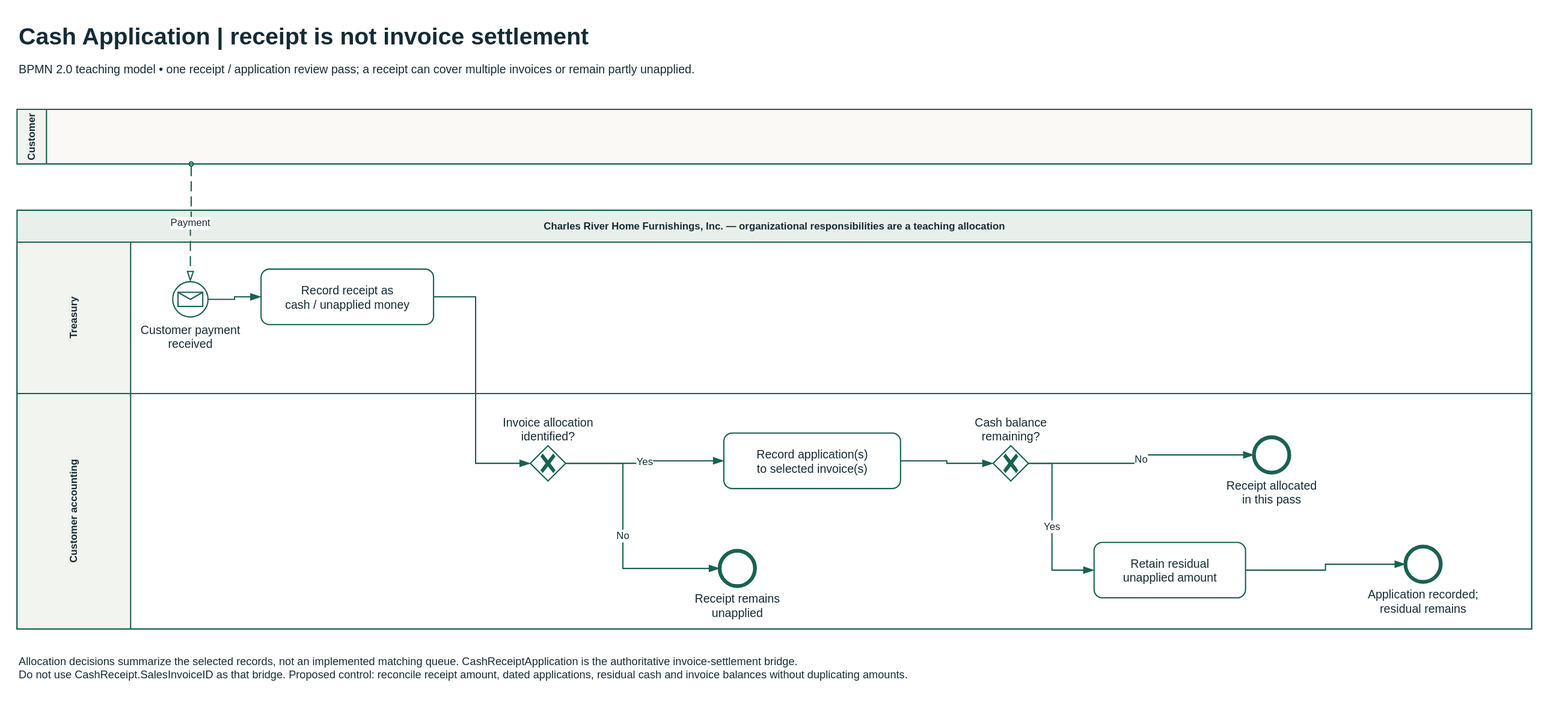
Above: static/diagrams/bpmn/cash-application.svg in mmcodesso/CharlesRiver_Database (draw.io), before the change. Source tidied: cells renumbered, new cells last; positions are measured from the earlier drawing's top-left corner, leaving out a move shared by most shapes. Source of this version:
```xml
<mxGraphModel background="#FFFFFF">
  <root>
    <mxCell id="0" />
    <mxCell id="1" parent="0" />
    <mxCell id="2" value="Cash Application | receipt is not invoice settlement" style="html=0;fontFamily=Arial;fontSize=14;fontColor=#152b35;strokeColor=#196252;strokeWidth=1.5;fillColor=#FFFFFF;whiteSpace=wrap;text;strokeColor=none;fillColor=none;fontSize=28;align=left;fontStyle=1;" parent="1" vertex="1">
      <mxGeometry width="1800" height="40" as="geometry" />
    </mxCell>
    <mxCell id="3" value="BPMN 2.0 teaching model • one receipt / application review pass; a receipt can cover multiple invoices or remain partly unapplied." style="html=0;fontFamily=Arial;fontSize=14;fontColor=#152b35;strokeColor=#196252;strokeWidth=1.5;fillColor=#FFFFFF;whiteSpace=wrap;text;strokeColor=none;fillColor=none;fontSize=14;align=left;" parent="1" vertex="1">
      <mxGeometry y="47" width="1800" height="34" as="geometry" />
    </mxCell>
    <mxCell id="4" value="Charles River Home Furnishings, Inc. — organizational responsibilities are a teaching allocation" style="html=0;fontFamily=Arial;fontSize=14;fontColor=#152b35;strokeColor=#196252;strokeWidth=1.5;fillColor=#FFFFFF;whiteSpace=wrap;swimlane;horizontal=1;startSize=38;fontStyle=1;fillColor=#E9EFEA;swimlaneFillColor=#FFFFFF;" parent="1" vertex="1">
      <mxGeometry y="230" width="1800" height="498" as="geometry" />
    </mxCell>
    <mxCell id="5" value="Treasury" style="html=0;fontFamily=Arial;fontSize=14;fontColor=#152b35;strokeColor=#196252;strokeWidth=1.5;fillColor=#FFFFFF;whiteSpace=wrap;swimlane;horizontal=0;startSize=135;fontStyle=1;fillColor=#F2F4EF;swimlaneFillColor=#FFFFFF;" parent="4" vertex="1">
      <mxGeometry y="38" width="1800" height="180" as="geometry" />
    </mxCell>
    <mxCell id="6" value="Customer payment&#10;received" style="html=0;fontFamily=Arial;fontSize=14;fontColor=#152b35;strokeColor=#196252;strokeWidth=1.5;fillColor=#FFFFFF;whiteSpace=wrap;shape=mxgraph.bpmn.event;outline=standard;symbol=message;perimeter=ellipsePerimeter;verticalLabelPosition=bottom;verticalAlign=top;labelBackgroundColor=#FFFFFF;labelWidth=140;" parent="5" vertex="1">
      <mxGeometry x="185" y="47" width="42" height="42" as="geometry" />
    </mxCell>
    <mxCell id="7" value="Record receipt as&#10;cash / unapplied money" style="html=0;fontFamily=Arial;fontSize=14;fontColor=#152b35;strokeColor=#196252;strokeWidth=1.5;fillColor=#FFFFFF;whiteSpace=wrap;shape=mxgraph.bpmn.task2;rectStyle=rounded;size=10;taskMarker=abstract;" parent="5" vertex="1">
      <mxGeometry x="290" y="32" width="205" height="66" as="geometry" />
    </mxCell>
    <mxCell id="8" value="Customer accounting" style="html=0;fontFamily=Arial;fontSize=14;fontColor=#152b35;strokeColor=#196252;strokeWidth=1.5;fillColor=#FFFFFF;whiteSpace=wrap;swimlane;horizontal=0;startSize=135;fontStyle=1;fillColor=#F2F4EF;swimlaneFillColor=#FFFFFF;" parent="4" vertex="1">
      <mxGeometry y="218" width="1800" height="280" as="geometry" />
    </mxCell>
    <mxCell id="9" value="Invoice allocation&#10;identified?" style="html=0;fontFamily=Arial;fontSize=14;fontColor=#152b35;strokeColor=#196252;strokeWidth=1.5;fillColor=#FFFFFF;whiteSpace=wrap;shape=mxgraph.bpmn.gateway2;outline=none;symbol=none;gwType=exclusive;perimeter=rhombusPerimeter;verticalLabelPosition=top;verticalAlign=bottom;labelBackgroundColor=#FFFFFF;labelWidth=140;" parent="8" vertex="1">
      <mxGeometry x="610" y="62" width="42" height="42" as="geometry" />
    </mxCell>
    <mxCell id="10" value="Record application(s)&#10;to selected invoice(s)" style="html=0;fontFamily=Arial;fontSize=14;fontColor=#152b35;strokeColor=#196252;strokeWidth=1.5;fillColor=#FFFFFF;whiteSpace=wrap;shape=mxgraph.bpmn.task2;rectStyle=rounded;size=10;taskMarker=abstract;" parent="8" vertex="1">
      <mxGeometry x="840" y="47" width="210" height="66" as="geometry" />
    </mxCell>
    <mxCell id="11" value="Receipt remains&#10;unapplied" style="html=0;fontFamily=Arial;fontSize=14;fontColor=#152b35;strokeColor=#196252;strokeWidth=1.5;fillColor=#FFFFFF;whiteSpace=wrap;shape=mxgraph.bpmn.event;outline=end;symbol=general;perimeter=ellipsePerimeter;verticalLabelPosition=bottom;verticalAlign=top;labelBackgroundColor=#FFFFFF;labelWidth=140;" parent="8" vertex="1">
      <mxGeometry x="835" y="187" width="42" height="42" as="geometry" />
    </mxCell>
    <mxCell id="12" value="Cash balance&#10;remaining?" style="html=0;fontFamily=Arial;fontSize=14;fontColor=#152b35;strokeColor=#196252;strokeWidth=1.5;fillColor=#FFFFFF;whiteSpace=wrap;shape=mxgraph.bpmn.gateway2;outline=none;symbol=none;gwType=exclusive;perimeter=rhombusPerimeter;verticalLabelPosition=top;verticalAlign=bottom;labelBackgroundColor=#FFFFFF;labelWidth=140;" parent="8" vertex="1">
      <mxGeometry x="1160" y="62" width="42" height="42" as="geometry" />
    </mxCell>
    <mxCell id="13" value="Receipt allocated&#10;in this pass" style="html=0;fontFamily=Arial;fontSize=14;fontColor=#152b35;strokeColor=#196252;strokeWidth=1.5;fillColor=#FFFFFF;whiteSpace=wrap;shape=mxgraph.bpmn.event;outline=end;symbol=general;perimeter=ellipsePerimeter;verticalLabelPosition=bottom;verticalAlign=top;labelBackgroundColor=#FFFFFF;labelWidth=140;" parent="8" vertex="1">
      <mxGeometry x="1470" y="52" width="42" height="42" as="geometry" />
    </mxCell>
    <mxCell id="14" value="Retain residual&#10;unapplied amount" style="html=0;fontFamily=Arial;fontSize=14;fontColor=#152b35;strokeColor=#196252;strokeWidth=1.5;fillColor=#FFFFFF;whiteSpace=wrap;shape=mxgraph.bpmn.task2;rectStyle=rounded;size=10;taskMarker=abstract;" parent="8" vertex="1">
      <mxGeometry x="1280" y="177" width="180" height="66" as="geometry" />
    </mxCell>
    <mxCell id="15" value="Application recorded;&#10;residual remains" style="html=0;fontFamily=Arial;fontSize=14;fontColor=#152b35;strokeColor=#196252;strokeWidth=1.5;fillColor=#FFFFFF;whiteSpace=wrap;shape=mxgraph.bpmn.event;outline=end;symbol=general;perimeter=ellipsePerimeter;verticalLabelPosition=bottom;verticalAlign=top;labelBackgroundColor=#FFFFFF;labelWidth=140;" parent="8" vertex="1">
      <mxGeometry x="1650" y="182" width="42" height="42" as="geometry" />
    </mxCell>
    <mxCell id="16" value="Customer" style="html=0;fontFamily=Arial;fontSize=14;fontColor=#152b35;strokeColor=#196252;strokeWidth=1.5;fillColor=#FFFFFF;whiteSpace=wrap;swimlane;horizontal=0;startSize=35;fillColor=#F2F4EF;swimlaneFillColor=#FAF9F5;" parent="1" vertex="1">
      <mxGeometry y="110" width="1800" height="65" as="geometry" />
    </mxCell>
    <mxCell id="17" style="html=0;fontFamily=Arial;fontSize=14;fontColor=#152b35;strokeColor=#196252;strokeWidth=1.5;fillColor=#FFFFFF;whiteSpace=wrap;edgeStyle=orthogonalEdgeStyle;rounded=0;jettySize=15;fontSize=12;labelBackgroundColor=#FFFFFF;startArrow=none;endArrow=blockThin;endFill=1;endSize=9;" parent="1" edge="1" source="6" target="7">
      <mxGeometry relative="1" as="geometry" />
    </mxCell>
    <mxCell id="18" style="html=0;fontFamily=Arial;fontSize=14;fontColor=#152b35;strokeColor=#196252;strokeWidth=1.5;fillColor=#FFFFFF;whiteSpace=wrap;edgeStyle=orthogonalEdgeStyle;rounded=0;jettySize=15;fontSize=12;labelBackgroundColor=#FFFFFF;startArrow=none;endArrow=blockThin;endFill=1;endSize=9;" parent="1" edge="1" source="7" target="9">
      <mxGeometry relative="1" as="geometry">
        <Array as="points">
          <mxPoint x="545" y="333" />
          <mxPoint x="545" y="531" />
        </Array>
      </mxGeometry>
    </mxCell>
    <mxCell id="19" value="Yes" style="html=0;fontFamily=Arial;fontSize=14;fontColor=#152b35;strokeColor=#196252;strokeWidth=1.5;fillColor=#FFFFFF;whiteSpace=wrap;edgeStyle=orthogonalEdgeStyle;rounded=0;jettySize=15;fontSize=12;labelBackgroundColor=#FFFFFF;startArrow=none;endArrow=blockThin;endFill=1;endSize=9;" parent="1" edge="1" source="9" target="10">
      <mxGeometry relative="1" as="geometry" />
    </mxCell>
    <mxCell id="20" value="No" style="html=0;fontFamily=Arial;fontSize=14;fontColor=#152b35;strokeColor=#196252;strokeWidth=1.5;fillColor=#FFFFFF;whiteSpace=wrap;edgeStyle=orthogonalEdgeStyle;rounded=0;jettySize=15;fontSize=12;labelBackgroundColor=#FFFFFF;startArrow=none;endArrow=blockThin;endFill=1;endSize=9;" parent="1" edge="1" source="9" target="11">
      <mxGeometry relative="1" as="geometry">
        <Array as="points">
          <mxPoint x="720" y="531" />
          <mxPoint x="720" y="656" />
        </Array>
      </mxGeometry>
    </mxCell>
    <mxCell id="21" style="html=0;fontFamily=Arial;fontSize=14;fontColor=#152b35;strokeColor=#196252;strokeWidth=1.5;fillColor=#FFFFFF;whiteSpace=wrap;edgeStyle=orthogonalEdgeStyle;rounded=0;jettySize=15;fontSize=12;labelBackgroundColor=#FFFFFF;startArrow=none;endArrow=blockThin;endFill=1;endSize=9;" parent="1" edge="1" source="10" target="12">
      <mxGeometry relative="1" as="geometry" />
    </mxCell>
    <mxCell id="22" value="No" style="html=0;fontFamily=Arial;fontSize=14;fontColor=#152b35;strokeColor=#196252;strokeWidth=1.5;fillColor=#FFFFFF;whiteSpace=wrap;edgeStyle=orthogonalEdgeStyle;rounded=0;jettySize=15;fontSize=12;labelBackgroundColor=#FFFFFF;startArrow=none;endArrow=blockThin;endFill=1;endSize=9;" parent="1" edge="1" source="12" target="13">
      <mxGeometry relative="1" as="geometry" />
    </mxCell>
    <mxCell id="23" value="Yes" style="html=0;fontFamily=Arial;fontSize=14;fontColor=#152b35;strokeColor=#196252;strokeWidth=1.5;fillColor=#FFFFFF;whiteSpace=wrap;edgeStyle=orthogonalEdgeStyle;rounded=0;jettySize=15;fontSize=12;labelBackgroundColor=#FFFFFF;startArrow=none;endArrow=blockThin;endFill=1;endSize=9;" parent="1" edge="1" source="12" target="14">
      <mxGeometry relative="1" as="geometry">
        <Array as="points">
          <mxPoint x="1230" y="531" />
          <mxPoint x="1230" y="658" />
        </Array>
      </mxGeometry>
    </mxCell>
    <mxCell id="24" style="html=0;fontFamily=Arial;fontSize=14;fontColor=#152b35;strokeColor=#196252;strokeWidth=1.5;fillColor=#FFFFFF;whiteSpace=wrap;edgeStyle=orthogonalEdgeStyle;rounded=0;jettySize=15;fontSize=12;labelBackgroundColor=#FFFFFF;startArrow=none;endArrow=blockThin;endFill=1;endSize=9;" parent="1" edge="1" source="14" target="15">
      <mxGeometry relative="1" as="geometry" />
    </mxCell>
    <mxCell id="25" value="Payment" style="html=0;fontFamily=Arial;fontSize=14;fontColor=#152b35;strokeColor=#196252;strokeWidth=1.5;fillColor=#FFFFFF;whiteSpace=wrap;edgeStyle=orthogonalEdgeStyle;rounded=0;jettySize=15;fontSize=12;labelBackgroundColor=#FFFFFF;dashed=1;dashPattern=8 4;startArrow=oval;startFill=0;startSize=5;endArrow=blockThin;endFill=0;endSize=9;exitX=0.115;exitY=1;entryX=0.5;entryY=0;" parent="1" edge="1" source="16" target="6">
      <mxGeometry relative="1" as="geometry" />
    </mxCell>
    <mxCell id="26" value="Allocation decisions summarize the selected records, not an implemented matching queue. CashReceiptApplication is the authoritative invoice-settlement bridge.&#10;Do not use CashReceipt.SalesInvoiceID as that bridge. Proposed control: reconcile receipt amount, dated applications, residual cash and invoice balances without duplicating amounts." style="html=0;fontFamily=Arial;fontSize=14;fontColor=#152b35;strokeColor=#196252;strokeWidth=1.5;fillColor=#FFFFFF;whiteSpace=wrap;text;strokeColor=none;fillColor=none;fontSize=13;align=left;" parent="1" vertex="1">
      <mxGeometry y="752" width="1800" height="48" as="geometry" />
    </mxCell>
  </root>
</mxGraphModel>
```
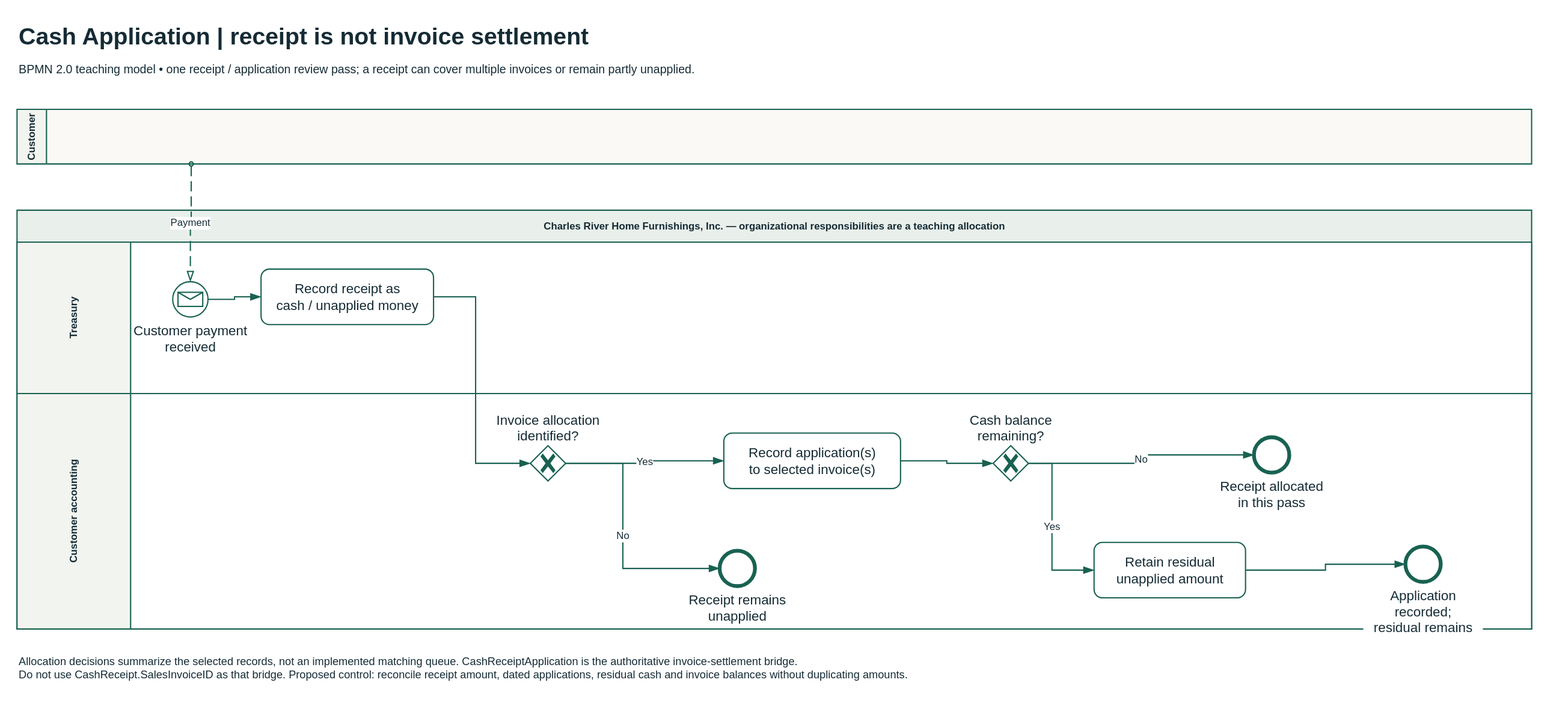
The same file after the commit.

The edit, as a diff of the source:
```diff
@@ -14,34 +14,34 @@
     <mxCell id="5" value="Treasury" style="html=0;fontFamily=Arial;fontSize=14;fontColor=#152b35;strokeColor=#196252;strokeWidth=1.5;fillColor=#FFFFFF;whiteSpace=wrap;swimlane;horizontal=0;startSize=135;fontStyle=1;fillColor=#F2F4EF;swimlaneFillColor=#FFFFFF;" parent="4" vertex="1">
       <mxGeometry y="38" width="1800" height="180" as="geometry" />
     </mxCell>
-    <mxCell id="6" value="Customer payment&#10;received" style="html=0;fontFamily=Arial;fontSize=14;fontColor=#152b35;strokeColor=#196252;strokeWidth=1.5;fillColor=#FFFFFF;whiteSpace=wrap;shape=mxgraph.bpmn.event;outline=standard;symbol=message;perimeter=ellipsePerimeter;verticalLabelPosition=bottom;verticalAlign=top;labelBackgroundColor=#FFFFFF;labelWidth=140;" parent="5" vertex="1">
+    <mxCell id="6" value="Customer payment&#10;received" style="html=0;fontFamily=Arial;fontColor=#152b35;strokeColor=#196252;strokeWidth=1.5;fillColor=#FFFFFF;whiteSpace=wrap;shape=mxgraph.bpmn.event;outline=standard;symbol=message;perimeter=ellipsePerimeter;verticalLabelPosition=bottom;verticalAlign=top;labelBackgroundColor=#FFFFFF;labelWidth=140;fontSize=16;" parent="5" vertex="1">
       <mxGeometry x="185" y="47" width="42" height="42" as="geometry" />
     </mxCell>
-    <mxCell id="7" value="Record receipt as&#10;cash / unapplied money" style="html=0;fontFamily=Arial;fontSize=14;fontColor=#152b35;strokeColor=#196252;strokeWidth=1.5;fillColor=#FFFFFF;whiteSpace=wrap;shape=mxgraph.bpmn.task2;rectStyle=rounded;size=10;taskMarker=abstract;" parent="5" vertex="1">
+    <mxCell id="7" value="Record receipt as&#10;cash / unapplied money" style="html=0;fontFamily=Arial;fontColor=#152b35;strokeColor=#196252;strokeWidth=1.5;fillColor=#FFFFFF;whiteSpace=wrap;shape=mxgraph.bpmn.task2;rectStyle=rounded;size=10;taskMarker=abstract;fontSize=16;" parent="5" vertex="1">
       <mxGeometry x="290" y="32" width="205" height="66" as="geometry" />
     </mxCell>
     <mxCell id="8" value="Customer accounting" style="html=0;fontFamily=Arial;fontSize=14;fontColor=#152b35;strokeColor=#196252;strokeWidth=1.5;fillColor=#FFFFFF;whiteSpace=wrap;swimlane;horizontal=0;startSize=135;fontStyle=1;fillColor=#F2F4EF;swimlaneFillColor=#FFFFFF;" parent="4" vertex="1">
       <mxGeometry y="218" width="1800" height="280" as="geometry" />
     </mxCell>
-    <mxCell id="9" value="Invoice allocation&#10;identified?" style="html=0;fontFamily=Arial;fontSize=14;fontColor=#152b35;strokeColor=#196252;strokeWidth=1.5;fillColor=#FFFFFF;whiteSpace=wrap;shape=mxgraph.bpmn.gateway2;outline=none;symbol=none;gwType=exclusive;perimeter=rhombusPerimeter;verticalLabelPosition=top;verticalAlign=bottom;labelBackgroundColor=#FFFFFF;labelWidth=140;" parent="8" vertex="1">
+    <mxCell id="9" value="Invoice allocation&#10;identified?" style="html=0;fontFamily=Arial;fontColor=#152b35;strokeColor=#196252;strokeWidth=1.5;fillColor=#FFFFFF;whiteSpace=wrap;shape=mxgraph.bpmn.gateway2;outline=none;symbol=none;gwType=exclusive;perimeter=rhombusPerimeter;verticalLabelPosition=top;verticalAlign=bottom;labelBackgroundColor=#FFFFFF;labelWidth=140;fontSize=16;" parent="8" vertex="1">
       <mxGeometry x="610" y="62" width="42" height="42" as="geometry" />
     </mxCell>
-    <mxCell id="10" value="Record application(s)&#10;to selected invoice(s)" style="html=0;fontFamily=Arial;fontSize=14;fontColor=#152b35;strokeColor=#196252;strokeWidth=1.5;fillColor=#FFFFFF;whiteSpace=wrap;shape=mxgraph.bpmn.task2;rectStyle=rounded;size=10;taskMarker=abstract;" parent="8" vertex="1">
+    <mxCell id="10" value="Record application(s)&#10;to selected invoice(s)" style="html=0;fontFamily=Arial;fontColor=#152b35;strokeColor=#196252;strokeWidth=1.5;fillColor=#FFFFFF;whiteSpace=wrap;shape=mxgraph.bpmn.task2;rectStyle=rounded;size=10;taskMarker=abstract;fontSize=16;" parent="8" vertex="1">
       <mxGeometry x="840" y="47" width="210" height="66" as="geometry" />
     </mxCell>
-    <mxCell id="11" value="Receipt remains&#10;unapplied" style="html=0;fontFamily=Arial;fontSize=14;fontColor=#152b35;strokeColor=#196252;strokeWidth=1.5;fillColor=#FFFFFF;whiteSpace=wrap;shape=mxgraph.bpmn.event;outline=end;symbol=general;perimeter=ellipsePerimeter;verticalLabelPosition=bottom;verticalAlign=top;labelBackgroundColor=#FFFFFF;labelWidth=140;" parent="8" vertex="1">
+    <mxCell id="11" value="Receipt remains&#10;unapplied" style="html=0;fontFamily=Arial;fontColor=#152b35;strokeColor=#196252;strokeWidth=1.5;fillColor=#FFFFFF;whiteSpace=wrap;shape=mxgraph.bpmn.event;outline=end;symbol=general;perimeter=ellipsePerimeter;verticalLabelPosition=bottom;verticalAlign=top;labelBackgroundColor=#FFFFFF;labelWidth=140;fontSize=16;" parent="8" vertex="1">
       <mxGeometry x="835" y="187" width="42" height="42" as="geometry" />
     </mxCell>
-    <mxCell id="12" value="Cash balance&#10;remaining?" style="html=0;fontFamily=Arial;fontSize=14;fontColor=#152b35;strokeColor=#196252;strokeWidth=1.5;fillColor=#FFFFFF;whiteSpace=wrap;shape=mxgraph.bpmn.gateway2;outline=none;symbol=none;gwType=exclusive;perimeter=rhombusPerimeter;verticalLabelPosition=top;verticalAlign=bottom;labelBackgroundColor=#FFFFFF;labelWidth=140;" parent="8" vertex="1">
+    <mxCell id="12" value="Cash balance&#10;remaining?" style="html=0;fontFamily=Arial;fontColor=#152b35;strokeColor=#196252;strokeWidth=1.5;fillColor=#FFFFFF;whiteSpace=wrap;shape=mxgraph.bpmn.gateway2;outline=none;symbol=none;gwType=exclusive;perimeter=rhombusPerimeter;verticalLabelPosition=top;verticalAlign=bottom;labelBackgroundColor=#FFFFFF;labelWidth=140;fontSize=16;" parent="8" vertex="1">
       <mxGeometry x="1160" y="62" width="42" height="42" as="geometry" />
     </mxCell>
-    <mxCell id="13" value="Receipt allocated&#10;in this pass" style="html=0;fontFamily=Arial;fontSize=14;fontColor=#152b35;strokeColor=#196252;strokeWidth=1.5;fillColor=#FFFFFF;whiteSpace=wrap;shape=mxgraph.bpmn.event;outline=end;symbol=general;perimeter=ellipsePerimeter;verticalLabelPosition=bottom;verticalAlign=top;labelBackgroundColor=#FFFFFF;labelWidth=140;" parent="8" vertex="1">
+    <mxCell id="13" value="Receipt allocated&#10;in this pass" style="html=0;fontFamily=Arial;fontColor=#152b35;strokeColor=#196252;strokeWidth=1.5;fillColor=#FFFFFF;whiteSpace=wrap;shape=mxgraph.bpmn.event;outline=end;symbol=general;perimeter=ellipsePerimeter;verticalLabelPosition=bottom;verticalAlign=top;labelBackgroundColor=#FFFFFF;labelWidth=140;fontSize=16;" parent="8" vertex="1">
       <mxGeometry x="1470" y="52" width="42" height="42" as="geometry" />
     </mxCell>
-    <mxCell id="14" value="Retain residual&#10;unapplied amount" style="html=0;fontFamily=Arial;fontSize=14;fontColor=#152b35;strokeColor=#196252;strokeWidth=1.5;fillColor=#FFFFFF;whiteSpace=wrap;shape=mxgraph.bpmn.task2;rectStyle=rounded;size=10;taskMarker=abstract;" parent="8" vertex="1">
+    <mxCell id="14" value="Retain residual&#10;unapplied amount" style="html=0;fontFamily=Arial;fontColor=#152b35;strokeColor=#196252;strokeWidth=1.5;fillColor=#FFFFFF;whiteSpace=wrap;shape=mxgraph.bpmn.task2;rectStyle=rounded;size=10;taskMarker=abstract;fontSize=16;" parent="8" vertex="1">
       <mxGeometry x="1280" y="177" width="180" height="66" as="geometry" />
     </mxCell>
-    <mxCell id="15" value="Application recorded;&#10;residual remains" style="html=0;fontFamily=Arial;fontSize=14;fontColor=#152b35;strokeColor=#196252;strokeWidth=1.5;fillColor=#FFFFFF;whiteSpace=wrap;shape=mxgraph.bpmn.event;outline=end;symbol=general;perimeter=ellipsePerimeter;verticalLabelPosition=bottom;verticalAlign=top;labelBackgroundColor=#FFFFFF;labelWidth=140;" parent="8" vertex="1">
+    <mxCell id="15" value="Application recorded;&#10;residual remains" style="html=0;fontFamily=Arial;fontColor=#152b35;strokeColor=#196252;strokeWidth=1.5;fillColor=#FFFFFF;whiteSpace=wrap;shape=mxgraph.bpmn.event;outline=end;symbol=general;perimeter=ellipsePerimeter;verticalLabelPosition=bottom;verticalAlign=top;labelBackgroundColor=#FFFFFF;labelWidth=140;fontSize=16;" parent="8" vertex="1">
       <mxGeometry x="1650" y="182" width="42" height="42" as="geometry" />
     </mxCell>
     <mxCell id="16" value="Customer" style="html=0;fontFamily=Arial;fontSize=14;fontColor=#152b35;strokeColor=#196252;strokeWidth=1.5;fillColor=#FFFFFF;whiteSpace=wrap;swimlane;horizontal=0;startSize=35;fillColor=#F2F4EF;swimlaneFillColor=#FAF9F5;" parent="1" vertex="1">
```
